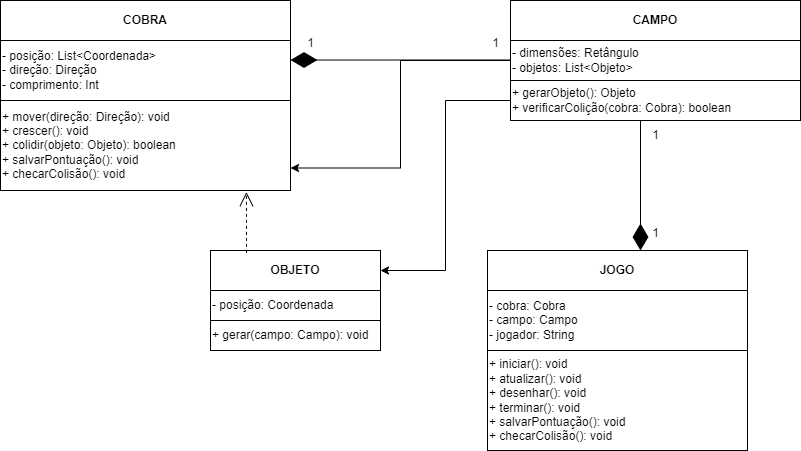
Earlier version of the draw.io export Mini Projeto 3/Diagrama de Classes.png (Beatriz-ge/OO). Source tidied: cells renumbered, new cells last; positions are measured from the earlier drawing's top-left corner, leaving out a move shared by most shapes.
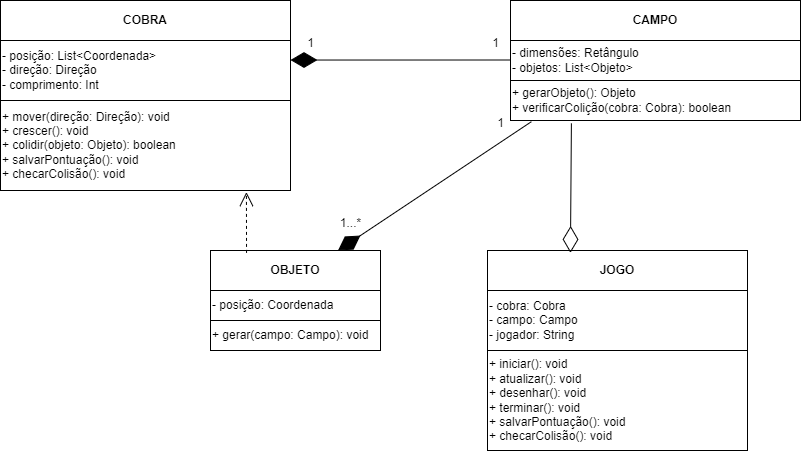
After the change.

Change to the diagram source:
```diff
@@ -14,15 +14,9 @@
     <mxCell id="5" value="&lt;b&gt;CAMPO&lt;/b&gt;" style="rounded=0;whiteSpace=wrap;html=1;" parent="1" vertex="1">
       <mxGeometry x="510" width="290" height="40" as="geometry" />
     </mxCell>
-    <mxCell id="6" style="edgeStyle=orthogonalEdgeStyle;rounded=0;jettySize=auto;html=1;entryX=1;entryY=0.75;entryDx=0;entryDy=0;" parent="1" edge="1" source="7" target="4">
-      <mxGeometry relative="1" as="geometry" />
-    </mxCell>
     <mxCell id="7" value="- dimensões: Retângulo&lt;br&gt;-&amp;nbsp;objetos: List&amp;lt;Objeto&amp;gt; " style="rounded=0;whiteSpace=wrap;html=1;align=left;" parent="1" vertex="1">
       <mxGeometry x="510" y="40" width="290" height="40" as="geometry" />
     </mxCell>
-    <mxCell id="8" style="edgeStyle=orthogonalEdgeStyle;rounded=0;jettySize=auto;html=1;entryX=1;entryY=0.5;entryDx=0;entryDy=0;" parent="1" edge="1" source="9" target="10">
-      <mxGeometry relative="1" as="geometry" />
-    </mxCell>
     <mxCell id="9" value="+ gerarObjeto(): Objeto&lt;br&gt;+ verificarColição(cobra: Cobra): boolean" style="rounded=0;whiteSpace=wrap;html=1;align=left;" parent="1" vertex="1">
       <mxGeometry x="510" y="80" width="290" height="40" as="geometry" />
     </mxCell>
@@ -56,20 +50,20 @@
     <mxCell id="18" value="1" style="text;html=1;align=center;verticalAlign=middle;strokeColor=none;fillColor=none;" parent="1" vertex="1">
       <mxGeometry x="480" y="28" width="30" height="30" as="geometry" />
     </mxCell>
-    <mxCell id="19" style="endArrow=diamondThin;endFill=1;endSize=24;html=1;rounded=0;entryX=0.19;entryY=-0.02;entryDx=0;entryDy=0;entryPerimeter=0;" parent="1" edge="1">
-      <mxGeometry relative="1" as="geometry">
-        <mxPoint x="640" y="120" as="sourcePoint" />
-        <mxPoint x="640" y="250" as="targetPoint" />
-      </mxGeometry>
-    </mxCell>
-    <mxCell id="20" value="1" style="text;html=1;align=center;verticalAlign=middle;strokeColor=none;fillColor=none;" parent="1" vertex="1">
-      <mxGeometry x="640" y="218" width="30" height="30" as="geometry" />
-    </mxCell>
-    <mxCell id="21" value="1" style="text;html=1;align=center;verticalAlign=middle;strokeColor=none;fillColor=none;" parent="1" vertex="1">
-      <mxGeometry x="640" y="120" width="30" height="30" as="geometry" />
-    </mxCell>
     <mxCell id="22" style="endArrow=open;endSize=12;dashed=1;html=1;rounded=0;exitX=0.212;exitY=0.06;exitDx=0;exitDy=0;exitPerimeter=0;entryX=0.848;entryY=1.018;entryDx=0;entryDy=0;entryPerimeter=0;" parent="1" edge="1" source="10" target="4">
       <mxGeometry relative="1" as="geometry" />
     </mxCell>
+    <mxCell id="8" style="endArrow=diamondThin;endFill=1;endSize=24;html=1;rounded=0;exitX=0.072;exitY=1.03;exitDx=0;exitDy=0;exitPerimeter=0;entryX=0.75;entryY=0;entryDx=0;entryDy=0;" parent="1" edge="1" source="9" target="10">
+      <mxGeometry relative="1" as="geometry" />
+    </mxCell>
+    <mxCell id="23" value="1...*" style="text;html=1;align=center;verticalAlign=middle;strokeColor=none;fillColor=none;" parent="1" vertex="1">
+      <mxGeometry x="330" y="208" width="40" height="30" as="geometry" />
+    </mxCell>
+    <mxCell id="24" value="1" style="text;html=1;align=center;verticalAlign=middle;strokeColor=none;fillColor=none;" parent="1" vertex="1">
+      <mxGeometry x="485" y="108" width="30" height="30" as="geometry" />
+    </mxCell>
+    <mxCell id="25" style="endArrow=diamondThin;endFill=0;endSize=24;html=1;rounded=0;exitX=0.21;exitY=1.07;exitDx=0;exitDy=0;exitPerimeter=0;entryX=0.319;entryY=0.06;entryDx=0;entryDy=0;entryPerimeter=0;" parent="1" edge="1" source="9" target="12">
+      <mxGeometry relative="1" as="geometry" />
+    </mxCell>
   </root>
 </mxGraphModel>
```
